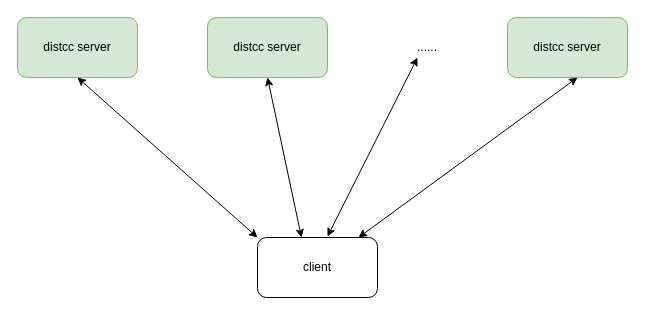
Earlier version of the draw.io diagram Untitled Diagram.drawio (Allinaent/share). Source tidied: cells renumbered, new cells numbered last; positions are measured from the earlier drawing's top-left corner, leaving out a move shared by most shapes. Both pictures are drawn from the tidied source at 100%, with x=0, y=0 at pixel (17, 17).
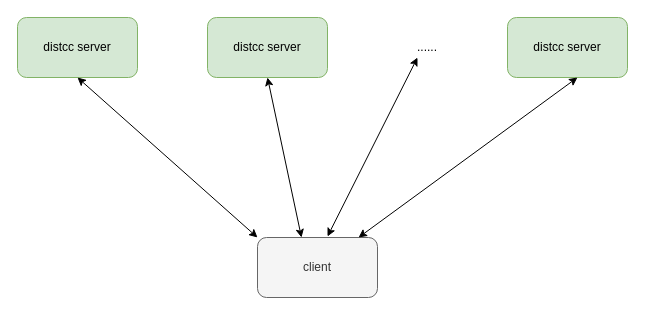
The same page after the edit.

What changed in the source:
```diff
@@
 <mxGraphModel>
   <root>
     <mxCell id="0" />
     <mxCell id="1" parent="0" />
     <mxCell id="2" value="distcc server" style="rounded=1;whiteSpace=wrap;html=1;fillColor=#d5e8d4;strokeColor=#82b366;" parent="1" vertex="1">
       <mxGeometry width="120" height="60" as="geometry" />
     </mxCell>
     <mxCell id="3" value="distcc server" style="rounded=1;whiteSpace=wrap;html=1;fillColor=#d5e8d4;strokeColor=#82b366;" parent="1" vertex="1">
       <mxGeometry x="190" width="120" height="60" as="geometry" />
     </mxCell>
     <mxCell id="4" value="distcc server" style="rounded=1;whiteSpace=wrap;html=1;fillColor=#d5e8d4;strokeColor=#82b366;" parent="1" vertex="1">
       <mxGeometry x="490" width="120" height="60" as="geometry" />
     </mxCell>
-    <mxCell id="5" value="client" style="rounded=1;whiteSpace=wrap;html=1;" parent="1" vertex="1">
+    <mxCell id="5" value="client" style="rounded=1;whiteSpace=wrap;html=1;fillColor=#f5f5f5;strokeColor=#666666;fontColor=#333333;" parent="1" vertex="1">
       <mxGeometry x="240" y="220" width="120" height="60" as="geometry" />
     </mxCell>
     <mxCell id="6" value="......" style="text;html=1;strokeColor=none;fillColor=none;align=center;verticalAlign=middle;whiteSpace=wrap;rounded=0;" parent="1" vertex="1">
       <mxGeometry x="390" y="20" width="40" height="20" as="geometry" />
     </mxCell>
     <mxCell id="7" style="endArrow=classic;startArrow=classic;html=1;entryX=0.5;entryY=1;entryDx=0;entryDy=0;" parent="1" edge="1" target="3">
       <mxGeometry relative="1" as="geometry">
         <mxPoint x="284" y="220" as="sourcePoint" />
       </mxGeometry>
     </mxCell>
     <mxCell id="8" style="endArrow=classic;startArrow=classic;html=1;entryX=0.583;entryY=1;entryDx=0;entryDy=0;entryPerimeter=0;" parent="1" edge="1" source="5" target="4">
       <mxGeometry relative="1" as="geometry" />
     </mxCell>
     <mxCell id="9" style="endArrow=classic;startArrow=classic;html=1;exitX=0;exitY=0;exitDx=0;exitDy=0;entryX=0.5;entryY=1;entryDx=0;entryDy=0;" parent="1" edge="1" source="5" target="2">
       <mxGeometry relative="1" as="geometry" />
     </mxCell>
     <mxCell id="10" style="endArrow=classic;startArrow=classic;html=1;entryX=0.25;entryY=1;entryDx=0;entryDy=0;" parent="1" edge="1" target="6">
       <mxGeometry relative="1" as="geometry">
         <mxPoint x="310" y="219" as="sourcePoint" />
       </mxGeometry>
     </mxCell>
   </root>
 </mxGraphModel>
```
